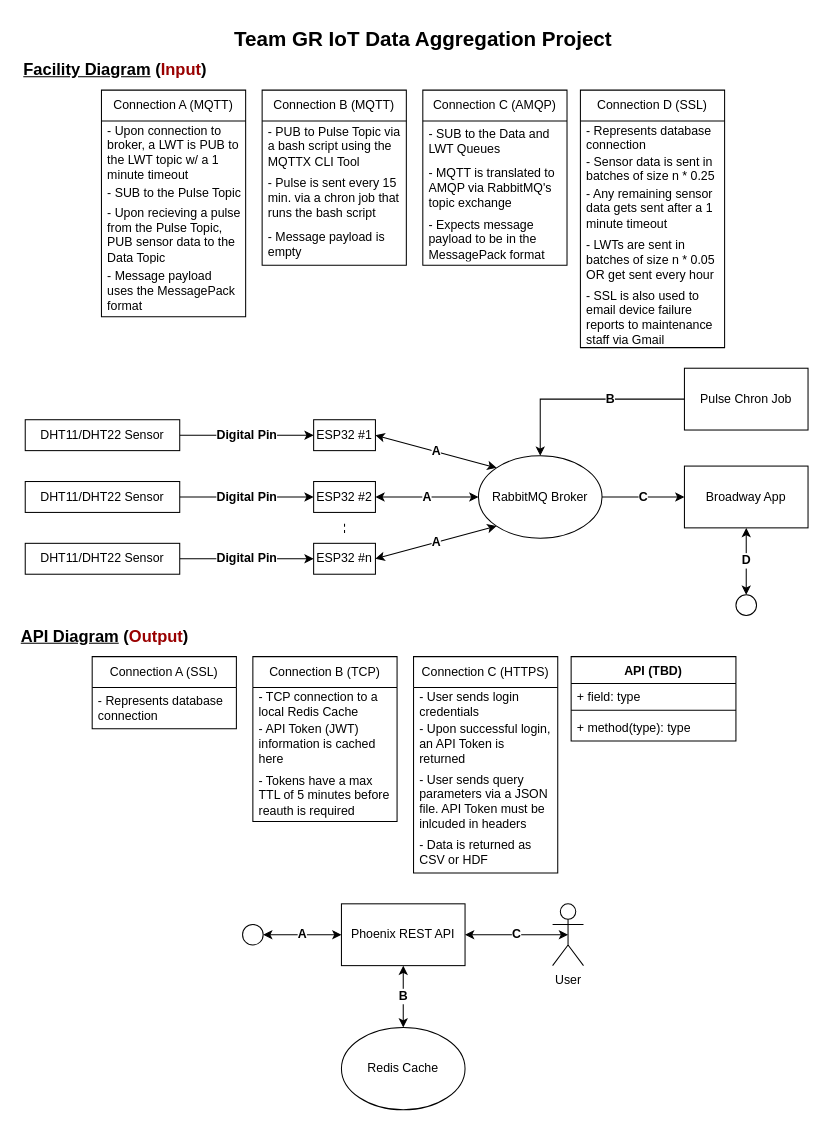
The draw.io diagram docs/design_diagrams/source/D2.drawio in stray-gr/senior-design, before the edit. Source tidied: cells renumbered, new cells numbered last; positions are measured from the earlier drawing's top-left corner, leaving out a move shared by most shapes. Both pictures are drawn from the tidied source at 103%, with x=0, y=0 at pixel (18, 18).
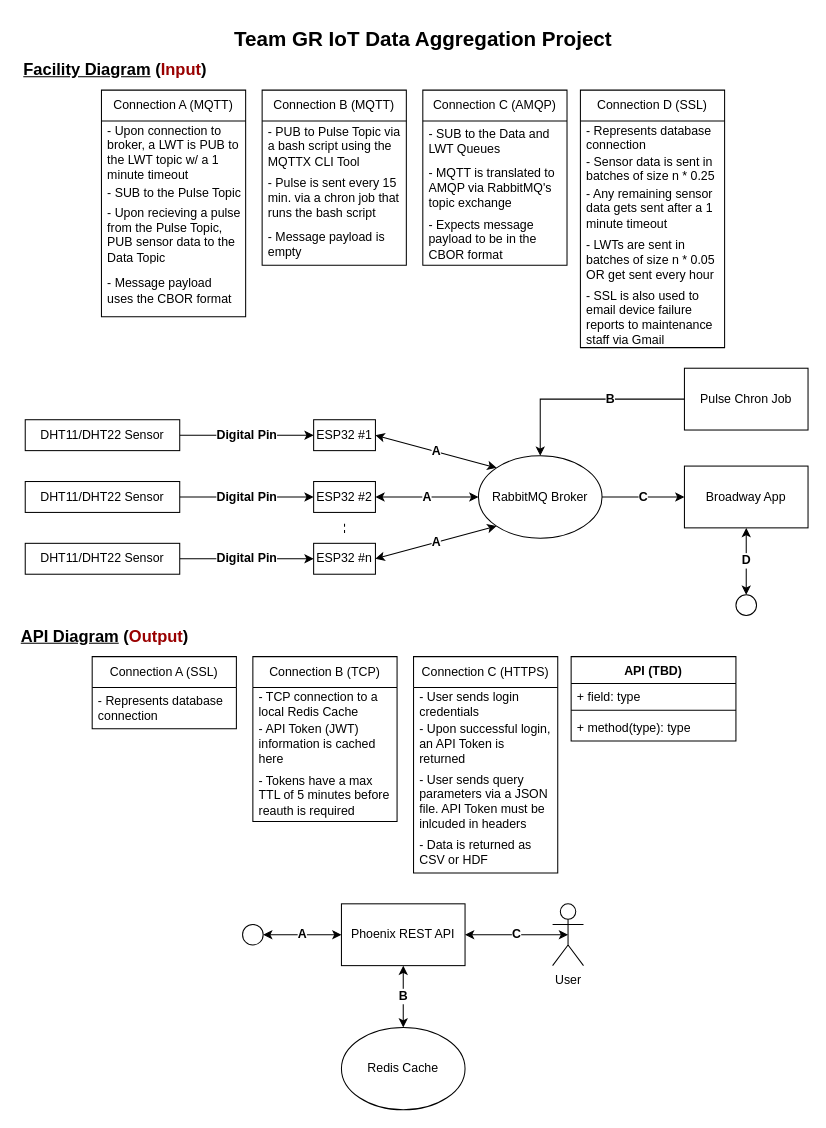
The same page after the edit.

The change refers to these unchanged cells:
```xml
<mxCell id="31" value="Connection A (MQTT)" style="swimlane;fontStyle=0;horizontal=1;startSize=30;whiteSpace=wrap;html=1;" parent="1" vertex="1">
  <mxGeometry x="81" y="70" width="140" height="220" as="geometry" />
</mxCell>
<mxCell id="40" value="Connection C (AMQP)" style="swimlane;fontStyle=0;horizontal=1;startSize=30;whiteSpace=wrap;html=1;" parent="1" vertex="1">
  <mxGeometry x="393" y="70" width="140" height="170" as="geometry" />
</mxCell>
```

What changed in the source:
```diff
@@
-    <mxCell id="35" value="- Message payload uses the MessagePack format" style="text;strokeColor=none;fillColor=none;align=left;verticalAlign=middle;spacingLeft=4;spacingRight=4;overflow=hidden;whiteSpace=wrap;html=1;" parent="31" vertex="1">
+    <mxCell id="35" value="- Message payload uses the CBOR format" style="text;strokeColor=none;fillColor=none;align=left;verticalAlign=middle;spacingLeft=4;spacingRight=4;overflow=hidden;whiteSpace=wrap;html=1;" parent="31" vertex="1">
       <mxGeometry y="170" width="140" height="50" as="geometry" />
     </mxCell>
@@
-    <mxCell id="43" value="- Expects message payload to be in the MessagePack format" style="text;strokeColor=none;fillColor=none;align=left;verticalAlign=middle;spacingLeft=4;spacingRight=4;overflow=hidden;whiteSpace=wrap;html=1;" parent="40" vertex="1">
+    <mxCell id="43" value="- Expects message payload to be in the CBOR format" style="text;strokeColor=none;fillColor=none;align=left;verticalAlign=middle;spacingLeft=4;spacingRight=4;overflow=hidden;whiteSpace=wrap;html=1;" parent="40" vertex="1">
       <mxGeometry y="120" width="140" height="50" as="geometry" />
     </mxCell>
```
